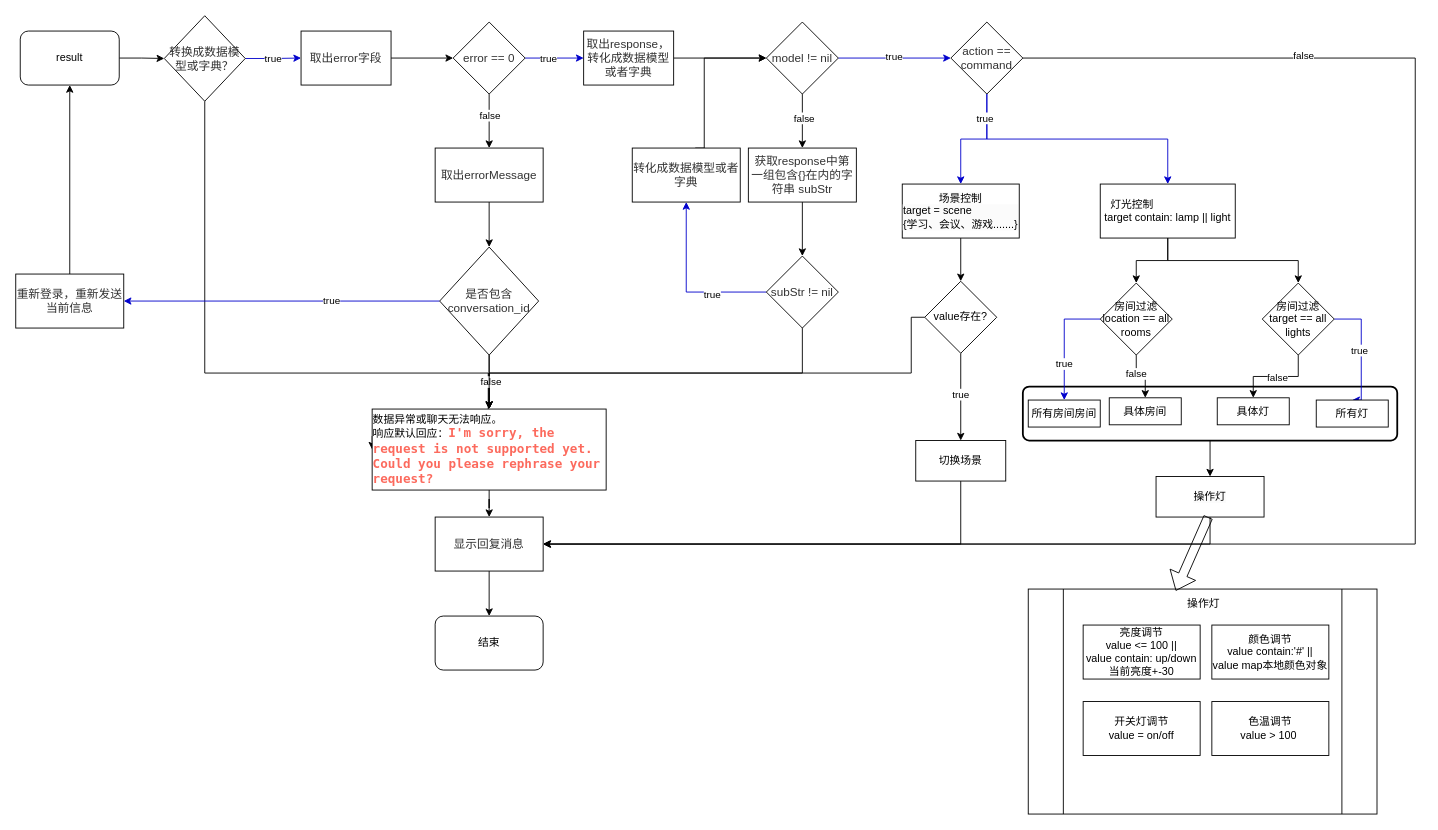
huyolg/test keeps this draw.io diagram as static/未命名绘图.drawio. Above is the earlier version. Source tidied: cells renumbered, new cells numbered last; positions are measured from the earlier drawing's top-left corner, leaving out a move shared by most shapes. Both pictures are drawn from the tidied source at 90%, with x=0, y=0 at pixel (15, 15).
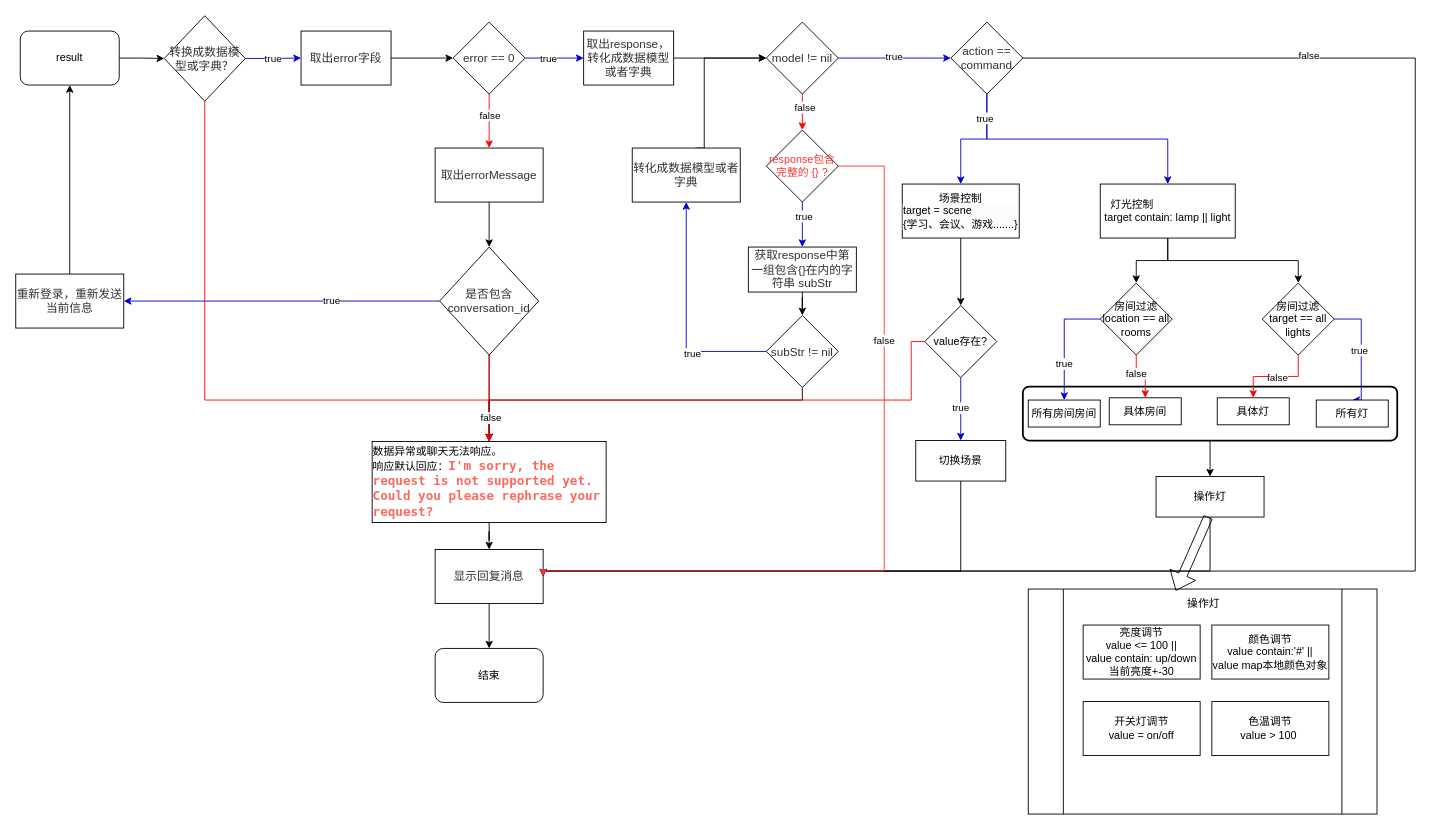
After the change.

Commit message (it also covers changes not shown here):
更新未命名绘图.drawio

The change refers to these unchanged cells:
```xml
<mxCell id="8" value="&lt;span style=&quot;color: rgb(50, 50, 50); font-family: 微软雅黑; font-size: 13px; font-style: normal; font-variant-ligatures: normal; font-variant-caps: normal; font-weight: 400; letter-spacing: normal; orphans: 2; text-align: center; text-indent: 0px; text-transform: none; widows: 2; word-spacing: 0px; -webkit-text-stroke-width: 0px; caret-color: rgb(50, 50, 50); background-color: rgba(255, 255, 255, 0.01); text-decoration-thickness: initial; text-decoration-style: initial; text-decoration-color: initial; float: none; display: inline !important;&quot;&gt;转换成数据模型或字典？&lt;/span&gt;" style="rhombus;whiteSpace=wrap;html=1;" parent="1" vertex="1">
  <mxGeometry x="165" width="90" height="95" as="geometry" />
</mxCell>
<mxCell id="15" value="&lt;span style=&quot;caret-color: rgb(50, 50, 50); color: rgb(50, 50, 50); font-family: 微软雅黑; font-size: 13px; font-style: normal; font-variant-caps: normal; font-weight: 400; letter-spacing: normal; text-align: center; text-indent: 0px; text-transform: none; word-spacing: 0px; text-size-adjust: auto; -webkit-text-stroke-width: 0px; background-color: rgba(255, 255, 255, 0.01); text-decoration: none; float: none; display: inline !important;&quot;&gt;error == 0&lt;/span&gt;" style="rhombus;whiteSpace=wrap;html=1;" parent="1" vertex="1">
  <mxGeometry x="486" y="7" width="80" height="80" as="geometry" />
</mxCell>
<mxCell id="22" value="&lt;span style=&quot;caret-color: rgb(50, 50, 50); color: rgb(50, 50, 50); font-family: 微软雅黑; font-size: 13px; font-style: normal; font-variant-caps: normal; font-weight: 400; letter-spacing: normal; text-align: center; text-indent: 0px; text-transform: none; word-spacing: 0px; text-size-adjust: auto; -webkit-text-stroke-width: 0px; background-color: rgba(255, 255, 255, 0.01); text-decoration: none; float: none; display: inline !important;&quot;&gt;model != nil&lt;/span&gt;" style="rhombus;whiteSpace=wrap;html=1;" parent="1" vertex="1">
  <mxGeometry x="834" y="7" width="80" height="80" as="geometry" />
</mxCell>
<mxCell id="28" value="&lt;span style=&quot;caret-color: rgb(50, 50, 50); color: rgb(50, 50, 50); font-family: 微软雅黑; font-size: 13px; font-style: normal; font-variant-caps: normal; font-weight: 400; letter-spacing: normal; text-align: center; text-indent: 0px; text-transform: none; word-spacing: 0px; text-size-adjust: auto; -webkit-text-stroke-width: 0px; background-color: rgba(255, 255, 255, 0.01); text-decoration: none; float: none; display: inline !important;&quot;&gt;action == command&lt;/span&gt;" style="rhombus;whiteSpace=wrap;html=1;" parent="1" vertex="1">
  <mxGeometry x="1039" y="7" width="80" height="80" as="geometry" />
</mxCell>
<mxCell id="30" value="&lt;span style=&quot;caret-color: rgb(50, 50, 50); color: rgb(50, 50, 50); font-family: 微软雅黑; font-size: 13px; font-style: normal; font-variant-caps: normal; font-weight: 400; letter-spacing: normal; text-align: center; text-indent: 0px; text-transform: none; word-spacing: 0px; text-size-adjust: auto; -webkit-text-stroke-width: 0px; background-color: rgba(255, 255, 255, 0.01); text-decoration: none; float: none; display: inline !important;&quot;&gt;取出errorMessage&lt;/span&gt;" style="rounded=0;whiteSpace=wrap;html=1;" parent="1" vertex="1">
  <mxGeometry x="466" y="147" width="120" height="60" as="geometry" />
</mxCell>
<mxCell id="35" value="&lt;span style=&quot;caret-color: rgb(50, 50, 50); color: rgb(50, 50, 50); font-family: 微软雅黑; font-size: 13px; font-style: normal; font-variant-caps: normal; font-weight: 400; letter-spacing: normal; text-align: center; text-indent: 0px; text-transform: none; word-spacing: 0px; text-size-adjust: auto; -webkit-text-stroke-width: 0px; background-color: rgba(255, 255, 255, 0.01); text-decoration: none; float: none; display: inline !important;&quot;&gt;是否包含conversation_id&lt;/span&gt;" style="rhombus;whiteSpace=wrap;html=1;" parent="1" vertex="1">
  <mxGeometry x="471" y="257" width="110" height="120" as="geometry" />
</mxCell>
<mxCell id="65" value="房间过滤&lt;br&gt;location == all rooms" style="rhombus;whiteSpace=wrap;html=1;" parent="1" vertex="1">
  <mxGeometry x="1205" y="297" width="80" height="80" as="geometry" />
</mxCell>
<mxCell id="70" value="房间过滤&lt;br&gt;target == all lights" style="rhombus;whiteSpace=wrap;html=1;" parent="1" vertex="1">
  <mxGeometry x="1385" y="297" width="80" height="80" as="geometry" />
</mxCell>
<mxCell id="71" value="具体房间" style="rounded=0;whiteSpace=wrap;html=1;" parent="1" vertex="1">
  <mxGeometry x="1215" y="424.5" width="80" height="30" as="geometry" />
</mxCell>
<mxCell id="74" value="切换场景" style="rounded=0;whiteSpace=wrap;html=1;" parent="1" vertex="1">
  <mxGeometry x="1000" y="472" width="100" height="45" as="geometry" />
</mxCell>
<mxCell id="81" value="具体灯" style="rounded=0;whiteSpace=wrap;html=1;" parent="1" vertex="1">
  <mxGeometry x="1335" y="424.5" width="80" height="30" as="geometry" />
</mxCell>
<mxCell id="84" value="&lt;span style=&quot;color: rgb(0, 0, 0); font-family: Helvetica; font-size: 12px; font-style: normal; font-variant-ligatures: normal; font-variant-caps: normal; font-weight: 400; letter-spacing: normal; orphans: 2; text-align: center; text-indent: 0px; text-transform: none; widows: 2; word-spacing: 0px; -webkit-text-stroke-width: 0px; background-color: rgb(251, 251, 251); text-decoration-thickness: initial; text-decoration-style: initial; text-decoration-color: initial; float: none; display: inline !important;&quot;&gt;操作灯&lt;/span&gt;" style="rounded=0;whiteSpace=wrap;html=1;" parent="1" vertex="1">
  <mxGeometry x="1267" y="512" width="120" height="45" as="geometry" />
</mxCell>
```

Change to the diagram source:
```diff
@@
-    <mxCell id="7" style="edgeStyle=orthogonalEdgeStyle;rounded=0;jettySize=auto;html=1;entryX=0;entryY=0.5;entryDx=0;entryDy=0;" parent="1" edge="1" source="8" target="39">
+    <mxCell id="7" style="edgeStyle=orthogonalEdgeStyle;rounded=0;jettySize=auto;html=1;entryX=0.5;entryY=0;entryDx=0;entryDy=0;strokeColor=#FF0000;" parent="1" edge="1" source="8" target="39">
       <mxGeometry relative="1" as="geometry">
         <Array as="points">
-          <mxPoint x="210" y="397" />
-          <mxPoint x="525" y="397" />
-          <mxPoint x="525" y="467" />
+          <mxPoint x="210" y="427" />
+          <mxPoint x="526" y="427" />
         </Array>
       </mxGeometry>
     </mxCell>
@@
-    <mxCell id="13" style="edgeStyle=orthogonalEdgeStyle;rounded=0;jettySize=auto;html=1;" parent="1" edge="1" source="15" target="30">
+    <mxCell id="13" style="edgeStyle=orthogonalEdgeStyle;rounded=0;jettySize=auto;html=1;strokeColor=#FF0000;" parent="1" edge="1" source="15" target="30">
       <mxGeometry relative="1" as="geometry" />
     </mxCell>
@@
-    <mxCell id="20" style="edgeStyle=orthogonalEdgeStyle;rounded=0;jettySize=auto;html=1;" parent="1" edge="1" source="22" target="44">
-      <mxGeometry relative="1" as="geometry" />
-    </mxCell>
-    <mxCell id="21" value="false" style="edgeLabel;html=1;align=center;verticalAlign=middle;" parent="20" vertex="1">
-      <mxGeometry x="-0.13" y="1" relative="1" as="geometry" />
-    </mxCell>
+    <mxCell id="86" style="edgeStyle=orthogonalEdgeStyle;rounded=0;jettySize=auto;html=1;strokeColor=#FF0000;" parent="1" edge="1" source="22" target="93">
+      <mxGeometry relative="1" as="geometry" />
+    </mxCell>
+    <mxCell id="87" value="false" style="edgeLabel;html=1;align=center;verticalAlign=middle;" parent="86" vertex="1">
+      <mxGeometry x="-0.3" y="2" relative="1" as="geometry" />
+    </mxCell>
@@
     <mxCell id="26" style="edgeStyle=orthogonalEdgeStyle;rounded=0;jettySize=auto;html=1;exitX=1;exitY=0.5;exitDx=0;exitDy=0;entryX=1;entryY=0.5;entryDx=0;entryDy=0;" parent="1" edge="1" source="28" target="41">
       <mxGeometry relative="1" as="geometry">
         <Array as="points">
           <mxPoint x="1555" y="47" />
-          <mxPoint x="1555" y="587" />
+          <mxPoint x="1555" y="617" />
+          <mxPoint x="586" y="617" />
         </Array>
       </mxGeometry>
     </mxCell>
@@
-    <mxCell id="34" style="edgeStyle=orthogonalEdgeStyle;rounded=0;jettySize=auto;html=1;" parent="1" edge="1" source="35" target="39">
+    <mxCell id="34" style="edgeStyle=orthogonalEdgeStyle;rounded=0;jettySize=auto;html=1;strokeColor=#FF0000;" parent="1" edge="1" source="35" target="39">
       <mxGeometry relative="1" as="geometry" />
     </mxCell>
@@
     <mxCell id="39" value="&lt;div style=&quot;caret-color: rgb(0, 0, 0); color: rgb(0, 0, 0); font-style: normal; font-variant-caps: normal; font-weight: 400; letter-spacing: normal; text-align: start; text-indent: 0px; text-transform: none; word-spacing: 0px; text-size-adjust: auto; -webkit-text-stroke-width: 0px; text-decoration: none;&quot; class=&quot;mind-clipboard&quot;&gt;数据异常或聊天无法响应。&lt;div&gt;响应默认回应：&lt;b style=&quot;color: rgb(252, 106, 93); font-family: Menlo; font-size: 14px;&quot;&gt;I'm sorry, the request is not supported yet. Could you please rephrase your request?&lt;/b&gt;&lt;/div&gt;&lt;/div&gt;" style="rounded=0;whiteSpace=wrap;html=1;" parent="1" vertex="1">
-      <mxGeometry x="396" y="437" width="260" height="90" as="geometry" />
+      <mxGeometry x="396" y="473" width="260" height="90" as="geometry" />
     </mxCell>
@@
     <mxCell id="41" value="&lt;span style=&quot;caret-color: rgb(50, 50, 50); color: rgb(50, 50, 50); font-family: 微软雅黑; font-size: 13px; font-style: normal; font-variant-caps: normal; font-weight: 400; letter-spacing: normal; text-align: center; text-indent: 0px; text-transform: none; word-spacing: 0px; text-size-adjust: auto; -webkit-text-stroke-width: 0px; background-color: rgba(255, 255, 255, 0.01); text-decoration: none; float: none; display: inline !important;&quot;&gt;显示回复消息&lt;/span&gt;" style="rounded=0;whiteSpace=wrap;html=1;" parent="1" vertex="1">
-      <mxGeometry x="466" y="557" width="120" height="60" as="geometry" />
+      <mxGeometry x="466" y="593" width="120" height="60" as="geometry" />
     </mxCell>
     <mxCell id="42" value="结束" style="rounded=1;whiteSpace=wrap;html=1;" parent="1" vertex="1">
-      <mxGeometry x="466" y="667" width="120" height="60" as="geometry" />
+      <mxGeometry x="466" y="703" width="120" height="60" as="geometry" />
     </mxCell>
@@
     <mxCell id="44" value="&lt;span style=&quot;caret-color: rgb(50, 50, 50); color: rgb(50, 50, 50); font-family: 微软雅黑; font-size: 13px; font-style: normal; font-variant-caps: normal; font-weight: 400; letter-spacing: normal; text-align: center; text-indent: 0px; text-transform: none; word-spacing: 0px; text-size-adjust: auto; -webkit-text-stroke-width: 0px; background-color: rgba(255, 255, 255, 0.01); text-decoration: none; float: none; display: inline !important;&quot;&gt;获取response中第一组包含{}在内的字符串 subStr&lt;/span&gt;" style="rounded=0;whiteSpace=wrap;html=1;" parent="1" vertex="1">
-      <mxGeometry x="814" y="147" width="120" height="60" as="geometry" />
+      <mxGeometry x="814" y="257" width="120" height="50" as="geometry" />
     </mxCell>
@@
     <mxCell id="47" style="edgeStyle=orthogonalEdgeStyle;rounded=0;jettySize=auto;html=1;" parent="1" edge="1" source="49" target="39">
       <mxGeometry relative="1" as="geometry">
         <Array as="points">
-          <mxPoint x="874" y="397" />
-          <mxPoint x="526" y="397" />
+          <mxPoint x="874" y="427" />
+          <mxPoint x="526" y="427" />
         </Array>
       </mxGeometry>
     </mxCell>
-    <mxCell id="48" value="false" style="edgeLabel;html=1;align=center;verticalAlign=middle;" parent="47" vertex="1">
-      <mxGeometry x="0.86" y="1" relative="1" as="geometry" />
-    </mxCell>
     <mxCell id="49" value="&lt;span style=&quot;caret-color: rgb(50, 50, 50); color: rgb(50, 50, 50); font-family: 微软雅黑; font-size: 13px; font-style: normal; font-variant-caps: normal; font-weight: 400; letter-spacing: normal; text-align: center; text-indent: 0px; text-transform: none; word-spacing: 0px; text-size-adjust: auto; -webkit-text-stroke-width: 0px; background-color: rgba(255, 255, 255, 0.01); text-decoration: none; float: none; display: inline !important;&quot;&gt;subStr != nil&lt;/span&gt;" style="rhombus;whiteSpace=wrap;html=1;" parent="1" vertex="1">
-      <mxGeometry x="834" y="267" width="80" height="80" as="geometry" />
+      <mxGeometry x="834" y="333" width="80" height="80" as="geometry" />
     </mxCell>
@@
-    <mxCell id="57" style="edgeStyle=orthogonalEdgeStyle;rounded=0;jettySize=auto;html=1;exitX=0;exitY=0.5;exitDx=0;exitDy=0;entryX=0.5;entryY=0;entryDx=0;entryDy=0;" parent="1" edge="1" source="60" target="39">
+    <mxCell id="57" style="edgeStyle=orthogonalEdgeStyle;rounded=0;jettySize=auto;html=1;exitX=0;exitY=0.5;exitDx=0;exitDy=0;entryX=0.5;entryY=0;entryDx=0;entryDy=0;strokeColor=#FF0000;" parent="1" edge="1" source="60" target="39">
       <mxGeometry relative="1" as="geometry">
         <Array as="points">
-          <mxPoint x="995" y="335" />
-          <mxPoint x="995" y="397" />
-          <mxPoint x="526" y="397" />
+          <mxPoint x="995" y="362" />
+          <mxPoint x="995" y="427" />
+          <mxPoint x="526" y="427" />
         </Array>
       </mxGeometry>
     </mxCell>
+    <mxCell id="88" value="false" style="edgeLabel;html=1;align=center;verticalAlign=middle;" parent="57" vertex="1">
+      <mxGeometry x="0.91" y="1" relative="1" as="geometry" />
+    </mxCell>
-    <mxCell id="58" style="edgeStyle=orthogonalEdgeStyle;rounded=0;jettySize=auto;html=1;" parent="1" edge="1" source="60" target="74">
+    <mxCell id="58" style="edgeStyle=orthogonalEdgeStyle;rounded=0;jettySize=auto;html=1;strokeColor=#0000cc;" parent="1" edge="1" source="60" target="74">
       <mxGeometry relative="1" as="geometry" />
     </mxCell>
@@
     <mxCell id="60" value="value存在?" style="rhombus;whiteSpace=wrap;html=1;" parent="1" vertex="1">
-      <mxGeometry x="1010" y="295" width="80" height="80" as="geometry" />
+      <mxGeometry x="1010" y="322" width="80" height="80" as="geometry" />
     </mxCell>
@@
-    <mxCell id="63" style="edgeStyle=orthogonalEdgeStyle;rounded=0;jettySize=auto;html=1;exitX=0.5;exitY=1;exitDx=0;exitDy=0;entryX=0.5;entryY=0;entryDx=0;entryDy=0;" parent="1" edge="1" source="65" target="71">
+    <mxCell id="63" style="edgeStyle=orthogonalEdgeStyle;rounded=0;jettySize=auto;html=1;exitX=0.5;exitY=1;exitDx=0;exitDy=0;entryX=0.5;entryY=0;entryDx=0;entryDy=0;strokeColor=#FF0000;" parent="1" edge="1" source="65" target="71">
       <mxGeometry relative="1" as="geometry" />
     </mxCell>
@@
-    <mxCell id="66" style="edgeStyle=orthogonalEdgeStyle;rounded=0;jettySize=auto;html=1;exitX=0.5;exitY=1;exitDx=0;exitDy=0;entryX=0.5;entryY=0;entryDx=0;entryDy=0;" parent="1" edge="1" source="70" target="81">
+    <mxCell id="66" style="edgeStyle=orthogonalEdgeStyle;rounded=0;jettySize=auto;html=1;exitX=0.5;exitY=1;exitDx=0;exitDy=0;entryX=0.5;entryY=0;entryDx=0;entryDy=0;strokeColor=#FF0000;" parent="1" edge="1" source="70" target="81">
       <mxGeometry relative="1" as="geometry" />
     </mxCell>
@@
     <mxCell id="73" style="edgeStyle=orthogonalEdgeStyle;rounded=0;jettySize=auto;html=1;entryX=1;entryY=0.5;entryDx=0;entryDy=0;" parent="1" edge="1" source="74" target="41">
       <mxGeometry relative="1" as="geometry">
         <Array as="points">
-          <mxPoint x="1050" y="587" />
+          <mxPoint x="1050" y="617" />
+          <mxPoint x="586" y="617" />
         </Array>
       </mxGeometry>
     </mxCell>
@@
     <mxCell id="83" style="edgeStyle=orthogonalEdgeStyle;rounded=0;jettySize=auto;html=1;entryX=1;entryY=0.5;entryDx=0;entryDy=0;" parent="1" edge="1" source="84" target="41">
       <mxGeometry relative="1" as="geometry">
         <Array as="points">
-          <mxPoint x="1327" y="587" />
+          <mxPoint x="1327" y="617" />
+          <mxPoint x="586" y="617" />
         </Array>
       </mxGeometry>
     </mxCell>
@@
+    <mxCell id="89" style="edgeStyle=orthogonalEdgeStyle;rounded=0;jettySize=auto;html=1;strokeColor=#0000CC;" parent="1" edge="1" source="93" target="44">
+      <mxGeometry relative="1" as="geometry" />
+    </mxCell>
+    <mxCell id="90" value="true" style="edgeLabel;html=1;align=center;verticalAlign=middle;" parent="89" vertex="1">
+      <mxGeometry x="-0.4" y="1" relative="1" as="geometry" />
+    </mxCell>
+    <mxCell id="91" style="edgeStyle=orthogonalEdgeStyle;rounded=0;jettySize=auto;html=1;entryX=1;entryY=0.5;entryDx=0;entryDy=0;strokeColor=#FF3333;" parent="1" edge="1" source="93" target="41">
+      <mxGeometry relative="1" as="geometry">
+        <Array as="points">
+          <mxPoint x="965" y="167" />
+          <mxPoint x="965" y="617" />
+          <mxPoint x="586" y="617" />
+        </Array>
+      </mxGeometry>
+    </mxCell>
+    <mxCell id="92" value="false" style="edgeLabel;html=1;align=center;verticalAlign=middle;" parent="91" vertex="1">
+      <mxGeometry x="-0.45" y="-1" relative="1" as="geometry" />
+    </mxCell>
+    <mxCell id="93" value="&lt;font color=&quot;#ff3333&quot;&gt;response包含完整的 {} ?&lt;/font&gt;" style="rhombus;whiteSpace=wrap;html=1;" parent="1" vertex="1">
+      <mxGeometry x="834" y="127" width="80" height="80" as="geometry" />
+    </mxCell>
```
